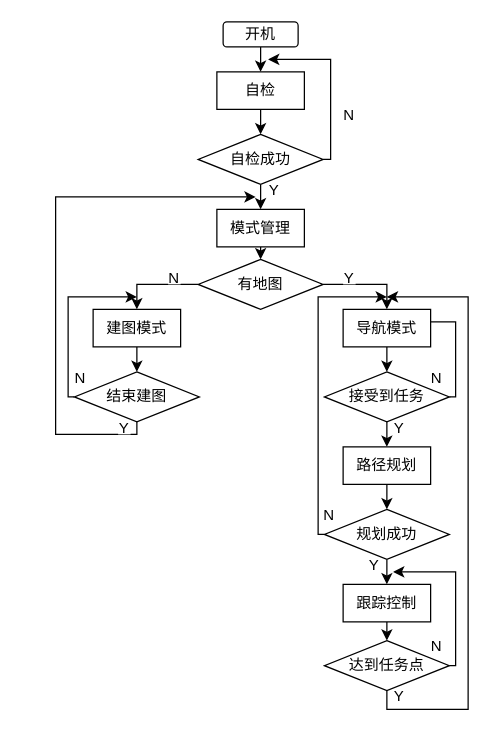
The draw.io diagram Untitled Diagram.drawio in yidian7/some_file, before the edit. Source tidied: cells renumbered, new cells numbered last; positions are measured from the earlier drawing's top-left corner, leaving out a move shared by most shapes. Both pictures are drawn from the tidied source at 125%, with x=0, y=0 at pixel (55, 21).
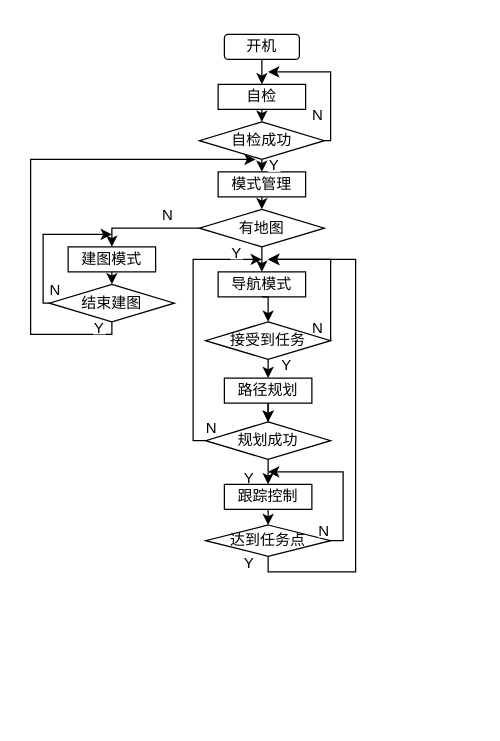
The same diagram, later.

What changed in the source:
```diff
@@
-    <mxCell id="2" style="edgeStyle=orthogonalEdgeStyle;rounded=0;jettySize=auto;html=1;exitX=0.5;exitY=1;exitDx=0;exitDy=0;entryX=0.5;entryY=0;entryDx=0;entryDy=0;" parent="1" edge="1" source="3" target="10">
-      <mxGeometry relative="1" as="geometry" />
-    </mxCell>
+    <mxCell id="48" style="edgeStyle=orthogonalEdgeStyle;rounded=0;jettySize=auto;html=1;exitX=0.5;exitY=1;exitDx=0;exitDy=0;" parent="1" edge="1" source="3">
+      <mxGeometry relative="1" as="geometry">
+        <mxPoint x="165" y="50" as="targetPoint" />
+      </mxGeometry>
+    </mxCell>
     <mxCell id="3" value="开机" style="rounded=1;whiteSpace=wrap;html=1;" parent="1" vertex="1">
-      <mxGeometry x="134" width="60" height="20" as="geometry" />
+      <mxGeometry x="135" y="10" width="60" height="20" as="geometry" />
     </mxCell>
-    <mxCell id="4" style="edgeStyle=orthogonalEdgeStyle;rounded=0;jettySize=auto;html=1;exitX=0.5;exitY=1;exitDx=0;exitDy=0;entryX=0.5;entryY=0;entryDx=0;entryDy=0;" parent="1" edge="1" source="5" target="13">
-      <mxGeometry relative="1" as="geometry" />
-    </mxCell>
     <mxCell id="5" value="模式管理" style="rounded=0;whiteSpace=wrap;html=1;" parent="1" vertex="1">
-      <mxGeometry x="129" y="150" width="70" height="30" as="geometry" />
+      <mxGeometry x="130" y="120" width="70" height="20" as="geometry" />
     </mxCell>
@@
     <mxCell id="7" style="edgeStyle=orthogonalEdgeStyle;rounded=0;jettySize=auto;html=1;exitX=1;exitY=0.5;exitDx=0;exitDy=0;" parent="1" edge="1" source="8">
       <mxGeometry relative="1" as="geometry">
-        <mxPoint x="170" y="30" as="targetPoint" />
+        <mxPoint x="170" y="40" as="targetPoint" />
         <Array as="points">
-          <mxPoint x="220" y="110" />
-          <mxPoint x="220" y="30" />
+          <mxPoint x="220" y="95" />
+          <mxPoint x="220" y="40" />
         </Array>
       </mxGeometry>
     </mxCell>
     <mxCell id="8" value="自检成功" style="rhombus;whiteSpace=wrap;html=1;" parent="1" vertex="1">
-      <mxGeometry x="114" y="90" width="100" height="40" as="geometry" />
+      <mxGeometry x="115" y="80" width="100" height="30" as="geometry" />
     </mxCell>
@@
     <mxCell id="10" value="自检" style="rounded=0;whiteSpace=wrap;html=1;" parent="1" vertex="1">
-      <mxGeometry x="129" y="40" width="70" height="30" as="geometry" />
+      <mxGeometry x="130" y="50" width="70" height="20" as="geometry" />
     </mxCell>
-    <mxCell id="11" style="edgeStyle=orthogonalEdgeStyle;rounded=0;jettySize=auto;html=1;exitX=0;exitY=0.5;exitDx=0;exitDy=0;entryX=0.5;entryY=0;entryDx=0;entryDy=0;" parent="1" edge="1" source="13" target="44">
-      <mxGeometry relative="1" as="geometry" />
-    </mxCell>
-    <mxCell id="12" style="edgeStyle=orthogonalEdgeStyle;rounded=0;jettySize=auto;html=1;exitX=1;exitY=0.5;exitDx=0;exitDy=0;entryX=0.5;entryY=0;entryDx=0;entryDy=0;" parent="1" edge="1" source="13" target="45">
-      <mxGeometry relative="1" as="geometry" />
-    </mxCell>
     <mxCell id="13" value="有地图" style="rhombus;whiteSpace=wrap;html=1;" parent="1" vertex="1">
-      <mxGeometry x="114" y="190" width="100" height="40" as="geometry" />
+      <mxGeometry x="115" y="150" width="100" height="30" as="geometry" />
     </mxCell>
-    <mxCell id="14" style="edgeStyle=orthogonalEdgeStyle;rounded=0;jettySize=auto;html=1;exitX=0.5;exitY=1;exitDx=0;exitDy=0;entryX=0.5;entryY=0;entryDx=0;entryDy=0;" parent="1" edge="1" source="44" target="18">
-      <mxGeometry relative="1" as="geometry" />
-    </mxCell>
-    <mxCell id="15" style="edgeStyle=orthogonalEdgeStyle;rounded=0;jettySize=auto;html=1;exitX=0.5;exitY=1;exitDx=0;exitDy=0;entryX=0.5;entryY=0;entryDx=0;entryDy=0;" parent="1" edge="1" source="45" target="21">
-      <mxGeometry relative="1" as="geometry" />
-    </mxCell>
+    <mxCell id="4" style="edgeStyle=orthogonalEdgeStyle;rounded=0;jettySize=auto;html=1;exitX=0.5;exitY=1;exitDx=0;exitDy=0;entryX=0.5;entryY=0;entryDx=0;entryDy=0;" parent="1" edge="1" source="5" target="13">
+      <mxGeometry relative="1" as="geometry" />
+    </mxCell>
     <mxCell id="16" style="edgeStyle=orthogonalEdgeStyle;rounded=0;jettySize=auto;html=1;exitX=0;exitY=0.5;exitDx=0;exitDy=0;startArrow=none;" parent="1" edge="1" source="18">
       <mxGeometry relative="1" as="geometry">
-        <mxPoint x="65" y="220" as="targetPoint" />
+        <mxPoint x="45" y="170" as="targetPoint" />
         <Array as="points">
-          <mxPoint x="10" y="300" />
-          <mxPoint x="10" y="220" />
+          <mxPoint x="-10" y="225" />
+          <mxPoint x="-10" y="170" />
         </Array>
       </mxGeometry>
     </mxCell>
     <mxCell id="17" style="edgeStyle=orthogonalEdgeStyle;rounded=0;jettySize=auto;html=1;exitX=0.5;exitY=1;exitDx=0;exitDy=0;" parent="1" edge="1" source="18">
       <mxGeometry relative="1" as="geometry">
-        <mxPoint x="160" y="140" as="targetPoint" />
+        <mxPoint x="160" y="110" as="targetPoint" />
         <Array as="points">
-          <mxPoint x="65" y="330" />
-          <mxPoint y="330" />
-          <mxPoint y="140" />
+          <mxPoint x="45" y="250" />
+          <mxPoint x="-20" y="250" />
+          <mxPoint x="-20" y="110" />
         </Array>
       </mxGeometry>
     </mxCell>
     <mxCell id="18" value="结束建图" style="rhombus;whiteSpace=wrap;html=1;" parent="1" vertex="1">
-      <mxGeometry x="15" y="280" width="100" height="40" as="geometry" />
+      <mxGeometry x="-5" y="210" width="100" height="30" as="geometry" />
     </mxCell>
+    <mxCell id="20" style="edgeStyle=orthogonalEdgeStyle;rounded=0;jettySize=auto;html=1;exitX=1;exitY=0.5;exitDx=0;exitDy=0;startArrow=none;" parent="1" edge="1" source="21">
+      <mxGeometry relative="1" as="geometry">
+        <mxPoint x="170" y="190" as="targetPoint" />
+        <Array as="points">
+          <mxPoint x="220" y="190" />
+        </Array>
+      </mxGeometry>
+    </mxCell>
+    <mxCell id="49" style="edgeStyle=orthogonalEdgeStyle;rounded=0;jettySize=auto;html=1;" parent="1" edge="1" source="23" target="26">
+      <mxGeometry relative="1" as="geometry" />
+    </mxCell>
+    <mxCell id="23" value="路径规划" style="rounded=0;whiteSpace=wrap;html=1;" parent="1" vertex="1">
+      <mxGeometry x="135" y="285" width="70" height="20" as="geometry" />
+    </mxCell>
@@
-    <mxCell id="20" style="edgeStyle=orthogonalEdgeStyle;rounded=0;jettySize=auto;html=1;exitX=1;exitY=0.5;exitDx=0;exitDy=0;startArrow=none;" parent="1" edge="1" source="45">
-      <mxGeometry relative="1" as="geometry">
-        <mxPoint x="270" y="240" as="targetPoint" />
-      </mxGeometry>
-    </mxCell>
-    <mxCell id="21" value="接受到任务" style="rhombus;whiteSpace=wrap;html=1;" parent="1" vertex="1">
-      <mxGeometry x="215" y="280" width="100" height="40" as="geometry" />
-    </mxCell>
-    <mxCell id="22" style="edgeStyle=orthogonalEdgeStyle;rounded=0;jettySize=auto;html=1;exitX=0.5;exitY=1;exitDx=0;exitDy=0;entryX=0.5;entryY=0;entryDx=0;entryDy=0;" parent="1" edge="1" source="23" target="26">
-      <mxGeometry relative="1" as="geometry" />
-    </mxCell>
-    <mxCell id="23" value="路径规划" style="rounded=0;whiteSpace=wrap;html=1;" parent="1" vertex="1">
-      <mxGeometry x="230" y="340" width="70" height="30" as="geometry" />
-    </mxCell>
-    <mxCell id="24" style="edgeStyle=orthogonalEdgeStyle;rounded=0;jettySize=auto;html=1;exitX=0.5;exitY=1;exitDx=0;exitDy=0;entryX=0.5;entryY=0;entryDx=0;entryDy=0;" parent="1" edge="1" source="26" target="47">
-      <mxGeometry relative="1" as="geometry" />
-    </mxCell>
     <mxCell id="25" style="edgeStyle=orthogonalEdgeStyle;rounded=0;jettySize=auto;html=1;exitX=0;exitY=0.5;exitDx=0;exitDy=0;" parent="1" edge="1" source="26">
       <mxGeometry relative="1" as="geometry">
-        <mxPoint x="265" y="220" as="targetPoint" />
+        <mxPoint x="165" y="190" as="targetPoint" />
         <Array as="points">
-          <mxPoint x="210" y="410" />
-          <mxPoint x="210" y="220" />
+          <mxPoint x="110" y="335" />
+          <mxPoint x="110" y="190" />
         </Array>
       </mxGeometry>
     </mxCell>
     <mxCell id="26" value="规划成功" style="rhombus;whiteSpace=wrap;html=1;" parent="1" vertex="1">
-      <mxGeometry x="215" y="390" width="100" height="40" as="geometry" />
+      <mxGeometry x="120" y="320" width="100" height="30" as="geometry" />
     </mxCell>
-    <mxCell id="27" style="edgeStyle=orthogonalEdgeStyle;rounded=0;jettySize=auto;html=1;exitX=0.5;exitY=1;exitDx=0;exitDy=0;entryX=0.5;entryY=0;entryDx=0;entryDy=0;" parent="1" edge="1" source="47" target="31">
-      <mxGeometry relative="1" as="geometry" />
-    </mxCell>
-    <mxCell id="28" style="edgeStyle=orthogonalEdgeStyle;rounded=0;jettySize=auto;html=1;exitX=1;exitY=0.5;exitDx=0;exitDy=0;startArrow=none;" parent="1" edge="1" source="47">
-      <mxGeometry relative="1" as="geometry">
-        <mxPoint x="265" y="460" as="targetPoint" />
-      </mxGeometry>
-    </mxCell>
+    <mxCell id="22" style="edgeStyle=orthogonalEdgeStyle;rounded=0;jettySize=auto;html=1;exitX=0.5;exitY=1;exitDx=0;exitDy=0;entryX=0.5;entryY=0;entryDx=0;entryDy=0;" parent="1" edge="1" source="23" target="26">
+      <mxGeometry relative="1" as="geometry" />
+    </mxCell>
     <mxCell id="29" style="edgeStyle=orthogonalEdgeStyle;rounded=0;jettySize=auto;html=1;exitX=0.5;exitY=1;exitDx=0;exitDy=0;" parent="1" edge="1" source="31">
       <mxGeometry relative="1" as="geometry">
-        <mxPoint x="265" y="220" as="targetPoint" />
+        <mxPoint x="170" y="190" as="targetPoint" />
         <Array as="points">
-          <mxPoint x="265" y="550" />
-          <mxPoint x="330" y="550" />
-          <mxPoint x="330" y="220" />
+          <mxPoint x="170" y="440" />
+          <mxPoint x="240" y="440" />
+          <mxPoint x="240" y="190" />
         </Array>
       </mxGeometry>
     </mxCell>
     <mxCell id="30" style="edgeStyle=orthogonalEdgeStyle;rounded=0;jettySize=auto;html=1;exitX=1;exitY=0.5;exitDx=0;exitDy=0;" parent="1" edge="1" source="31">
       <mxGeometry relative="1" as="geometry">
-        <mxPoint x="270" y="440" as="targetPoint" />
+        <mxPoint x="170" y="360" as="targetPoint" />
         <Array as="points">
-          <mxPoint x="320" y="515" />
-          <mxPoint x="320" y="440" />
+          <mxPoint x="230" y="415" />
+          <mxPoint x="230" y="360" />
         </Array>
       </mxGeometry>
     </mxCell>
     <mxCell id="31" value="达到任务点" style="rhombus;whiteSpace=wrap;html=1;" parent="1" vertex="1">
-      <mxGeometry x="215" y="495" width="100" height="40" as="geometry" />
+      <mxGeometry x="120" y="402.5" width="100" height="25" as="geometry" />
     </mxCell>
     <mxCell id="32" value="Y" style="whiteSpace=wrap;html=1;strokeColor=none;" parent="1" vertex="1">
-      <mxGeometry x="170" y="130" width="10" height="10" as="geometry" />
+      <mxGeometry x="170" y="110" width="10" height="10" as="geometry" />
     </mxCell>
     <mxCell id="33" value="N" style="whiteSpace=wrap;html=1;strokeColor=none;" parent="1" vertex="1">
-      <mxGeometry x="90" y="200" width="10" height="10" as="geometry" />
+      <mxGeometry x="85" y="150" width="10" height="10" as="geometry" />
     </mxCell>
     <mxCell id="34" value="N" style="whiteSpace=wrap;html=1;strokeColor=none;" parent="1" vertex="1">
-      <mxGeometry x="230" y="70" width="10" height="10" as="geometry" />
+      <mxGeometry x="205" y="70" width="10" height="10" as="geometry" />
     </mxCell>
     <mxCell id="35" value="Y" style="whiteSpace=wrap;html=1;strokeColor=none;" parent="1" vertex="1">
-      <mxGeometry x="230" y="200" width="10" height="10" as="geometry" />
+      <mxGeometry x="140" y="180" width="10" height="10" as="geometry" />
     </mxCell>
     <mxCell id="36" value="Y" style="whiteSpace=wrap;html=1;strokeColor=none;" parent="1" vertex="1">
-      <mxGeometry x="270" y="320" width="10" height="10" as="geometry" />
+      <mxGeometry x="180" y="270" width="10" height="10" as="geometry" />
     </mxCell>
     <mxCell id="37" value="Y" style="whiteSpace=wrap;html=1;strokeColor=none;" parent="1" vertex="1">
-      <mxGeometry x="250" y="430" width="10" height="10" as="geometry" />
+      <mxGeometry x="150" y="360" width="10" height="10" as="geometry" />
     </mxCell>
     <mxCell id="38" value="Y" style="whiteSpace=wrap;html=1;strokeColor=none;" parent="1" vertex="1">
-      <mxGeometry x="270" y="535" width="10" height="10" as="geometry" />
+      <mxGeometry x="150" y="427.5" width="10" height="10" as="geometry" />
     </mxCell>
     <mxCell id="39" value="Y" style="whiteSpace=wrap;html=1;strokeColor=none;" parent="1" vertex="1">
-      <mxGeometry x="50" y="320" width="10" height="10" as="geometry" />
+      <mxGeometry x="30" y="240" width="10" height="10" as="geometry" />
     </mxCell>
     <mxCell id="40" value="N" style="whiteSpace=wrap;html=1;strokeColor=none;" parent="1" vertex="1">
-      <mxGeometry x="15" y="280" width="10" height="10" as="geometry" />
+      <mxGeometry x="-5" y="210" width="10" height="10" as="geometry" />
     </mxCell>
     <mxCell id="41" value="N" style="whiteSpace=wrap;html=1;strokeColor=none;" parent="1" vertex="1">
-      <mxGeometry x="214" y="390" width="10" height="10" as="geometry" />
+      <mxGeometry x="120" y="320" width="10" height="10" as="geometry" />
     </mxCell>
     <mxCell id="42" value="N" style="whiteSpace=wrap;html=1;strokeColor=none;" parent="1" vertex="1">
-      <mxGeometry x="300" y="495" width="10" height="10" as="geometry" />
+      <mxGeometry x="210" y="402.5" width="10" height="10" as="geometry" />
     </mxCell>
     <mxCell id="43" value="N" style="whiteSpace=wrap;html=1;strokeColor=none;" parent="1" vertex="1">
-      <mxGeometry x="300" y="280" width="10" height="10" as="geometry" />
+      <mxGeometry x="205" y="240" width="10" height="10" as="geometry" />
     </mxCell>
     <mxCell id="44" value="建图模式" style="rounded=0;whiteSpace=wrap;html=1;" parent="1" vertex="1">
-      <mxGeometry x="30" y="230" width="70" height="30" as="geometry" />
+      <mxGeometry x="10" y="180" width="70" height="20" as="geometry" />
     </mxCell>
+    <mxCell id="11" style="edgeStyle=orthogonalEdgeStyle;rounded=0;jettySize=auto;html=1;exitX=0;exitY=0.5;exitDx=0;exitDy=0;entryX=0.5;entryY=0;entryDx=0;entryDy=0;" parent="1" edge="1" source="13" target="44">
+      <mxGeometry relative="1" as="geometry">
+        <Array as="points">
+          <mxPoint x="45" y="165" />
+        </Array>
+      </mxGeometry>
+    </mxCell>
+    <mxCell id="14" style="edgeStyle=orthogonalEdgeStyle;rounded=0;jettySize=auto;html=1;exitX=0.5;exitY=1;exitDx=0;exitDy=0;entryX=0.5;entryY=0;entryDx=0;entryDy=0;" parent="1" edge="1" source="44" target="18">
+      <mxGeometry relative="1" as="geometry" />
+    </mxCell>
     <mxCell id="45" value="导航模式" style="rounded=0;whiteSpace=wrap;html=1;" parent="1" vertex="1">
-      <mxGeometry x="230" y="230" width="70" height="30" as="geometry" />
+      <mxGeometry x="130" y="200" width="70" height="20" as="geometry" />
     </mxCell>
-    <mxCell id="46" style="edgeStyle=orthogonalEdgeStyle;rounded=0;jettySize=auto;html=1;exitX=1;exitY=0.5;exitDx=0;exitDy=0;endArrow=none;" parent="1" edge="1" source="21" target="45">
-      <mxGeometry relative="1" as="geometry">
-        <Array as="points">
-          <mxPoint x="320" y="300" />
-          <mxPoint x="320" y="240" />
-        </Array>
-      </mxGeometry>
-    </mxCell>
+    <mxCell id="12" style="edgeStyle=orthogonalEdgeStyle;rounded=0;jettySize=auto;html=1;exitX=0.5;exitY=1;exitDx=0;exitDy=0;entryX=0.5;entryY=0;entryDx=0;entryDy=0;" parent="1" edge="1" source="13" target="45">
+      <mxGeometry relative="1" as="geometry" />
+    </mxCell>
+    <mxCell id="15" style="edgeStyle=orthogonalEdgeStyle;rounded=0;jettySize=auto;html=1;exitX=0.5;exitY=1;exitDx=0;exitDy=0;entryX=0.5;entryY=0;entryDx=0;entryDy=0;" parent="1" edge="1" source="45" target="21">
+      <mxGeometry relative="1" as="geometry" />
+    </mxCell>
     <mxCell id="47" value="跟踪控制" style="rounded=0;whiteSpace=wrap;html=1;" parent="1" vertex="1">
-      <mxGeometry x="230" y="450" width="70" height="30" as="geometry" />
+      <mxGeometry x="135" y="370" width="70" height="20" as="geometry" />
     </mxCell>
+    <mxCell id="24" style="edgeStyle=orthogonalEdgeStyle;rounded=0;jettySize=auto;html=1;exitX=0.5;exitY=1;exitDx=0;exitDy=0;entryX=0.5;entryY=0;entryDx=0;entryDy=0;" parent="1" edge="1" source="26" target="47">
+      <mxGeometry relative="1" as="geometry" />
+    </mxCell>
+    <mxCell id="27" style="edgeStyle=orthogonalEdgeStyle;rounded=0;jettySize=auto;html=1;exitX=0.5;exitY=1;exitDx=0;exitDy=0;entryX=0.5;entryY=0;entryDx=0;entryDy=0;" parent="1" edge="1" source="47" target="31">
+      <mxGeometry relative="1" as="geometry" />
+    </mxCell>
+    <mxCell id="21" value="接受到任务" style="rhombus;whiteSpace=wrap;html=1;" parent="1" vertex="1">
+      <mxGeometry x="120" y="240" width="100" height="30" as="geometry" />
+    </mxCell>
```
